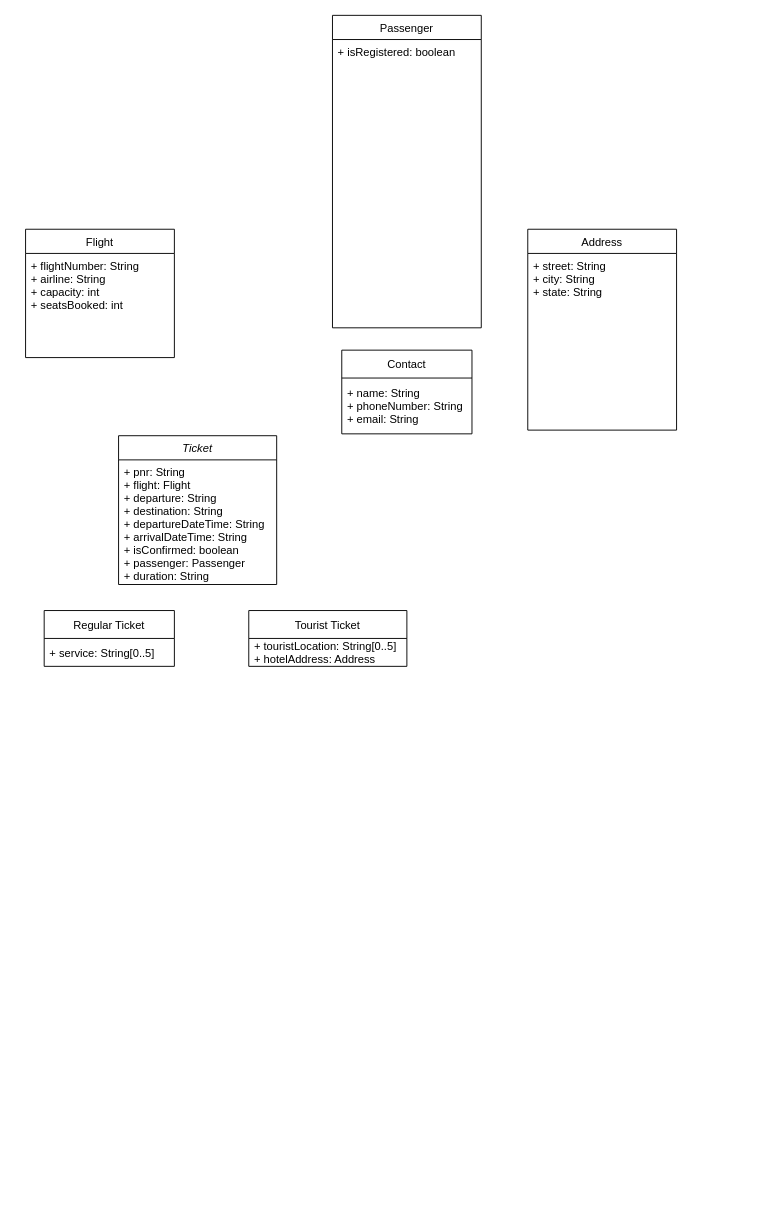
Earlier version of the draw.io diagram Flight Reservation System.drawio (sumanthrt/Flight-Reservation-System). Source tidied: cells renumbered, new cells numbered last; positions are measured from the earlier drawing's top-left corner, leaving out a move shared by most shapes. Both pictures are drawn from the tidied source at 93%, with x=0, y=0 at pixel (25, 15).
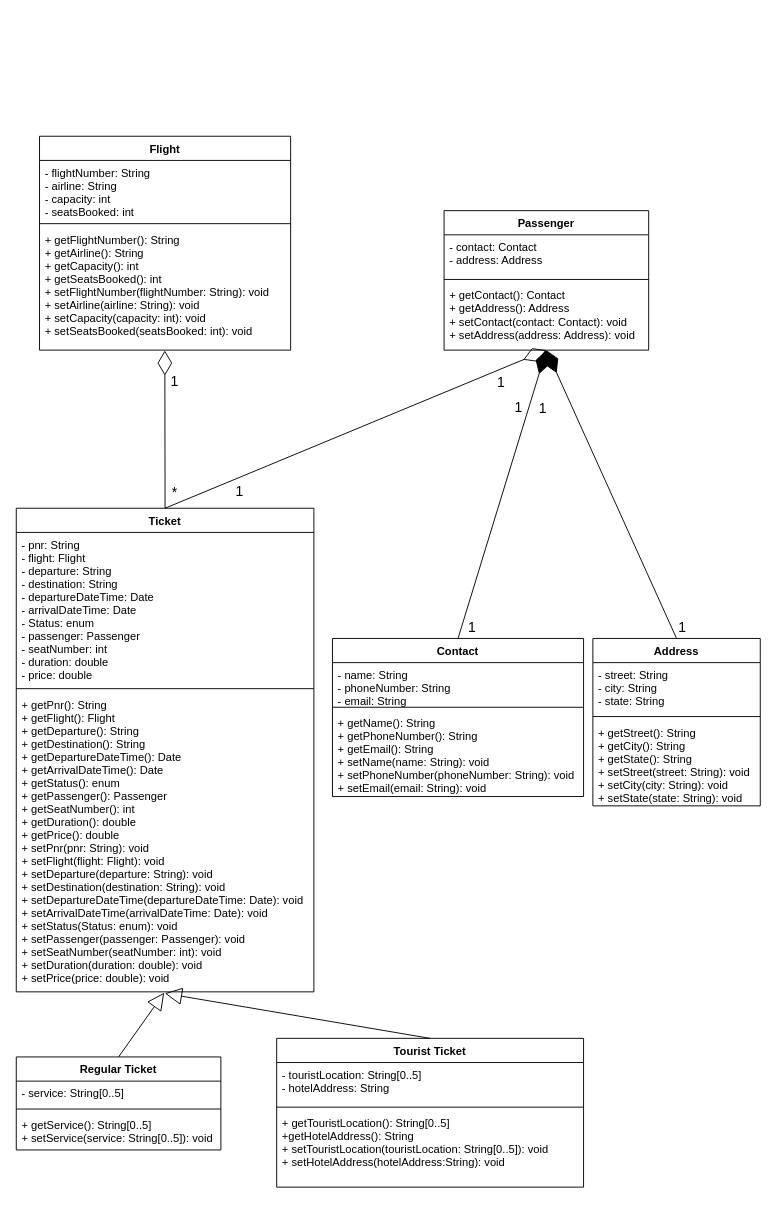
The same page after the edit.

Commit message:
Complete Class Diagram Uploaded

Change to the diagram source:
```diff
@@
+    <mxCell id="4" value="Flight" style="swimlane;fontStyle=1;align=center;verticalAlign=top;horizontal=1;startSize=26;" parent="1" vertex="1">
+      <mxGeometry x="15" y="130" width="270" height="230" as="geometry" />
+    </mxCell>
+    <mxCell id="16" value="- flightNumber: String&#10;- airline: String&#10;- capacity: int&#10;- seatsBooked: int" style="text;strokeColor=none;fillColor=none;align=left;verticalAlign=top;spacingLeft=4;spacingRight=4;overflow=hidden;" parent="4" vertex="1">
+      <mxGeometry y="26" width="270" height="64" as="geometry" />
+    </mxCell>
+    <mxCell id="17" style="line;strokeWidth=1;fillColor=none;align=left;verticalAlign=middle;spacingTop=-1;spacingLeft=3;spacingRight=3;labelPosition=right;" parent="4" vertex="1">
+      <mxGeometry y="90" width="270" height="8" as="geometry" />
+    </mxCell>
+    <mxCell id="18" value="+ getFlightNumber(): String&#10;+ getAirline(): String&#10;+ getCapacity(): int&#10;+ getSeatsBooked(): int&#10;+ setFlightNumber(flightNumber: String): void&#10;+ setAirline(airline: String): void&#10;+ setCapacity(capacity: int): void&#10;+ setSeatsBooked(seatsBooked: int): void" style="text;strokeColor=none;fillColor=none;align=left;verticalAlign=top;spacingLeft=4;spacingRight=4;overflow=hidden;points=[[0,0.5],[1,0.5]];portConstraint=eastwest;" parent="4" vertex="1">
+      <mxGeometry y="98" width="270" height="132" as="geometry" />
+    </mxCell>
+    <mxCell id="6" value="Passenger" style="swimlane;fontStyle=1;align=center;verticalAlign=top;horizontal=1;startSize=26;" parent="1" vertex="1">
+      <mxGeometry x="450" y="210" width="220" height="150" as="geometry" />
+    </mxCell>
+    <mxCell id="19" value="- contact: Contact&#10;- address: Address" style="text;strokeColor=none;fillColor=none;align=left;verticalAlign=top;spacingLeft=4;spacingRight=4;overflow=hidden;" parent="6" vertex="1">
+      <mxGeometry y="26" width="220" height="44" as="geometry" />
+    </mxCell>
+    <mxCell id="20" style="line;strokeWidth=1;fillColor=none;align=left;verticalAlign=middle;spacingTop=-1;spacingLeft=3;spacingRight=3;labelPosition=right;" parent="6" vertex="1">
+      <mxGeometry y="70" width="220" height="8" as="geometry" />
+    </mxCell>
+    <mxCell id="21" value="+ getContact(): Contact&#10;+ getAddress(): Address&#10;+ setContact(contact: Contact): void&#10;+ setAddress(address: Address): void" style="text;strokeColor=none;fillColor=none;align=left;verticalAlign=top;spacingLeft=4;spacingRight=4;overflow=hidden;" parent="6" vertex="1">
+      <mxGeometry y="78" width="220" height="72" as="geometry" />
+    </mxCell>
-    <mxCell id="2" value="Ticket" style="swimlane;fontStyle=2;align=center;verticalAlign=top;horizontal=1;startSize=26;rounded=0;shadow=0;strokeWidth=1;" parent="1" vertex="1">
-      <mxGeometry x="100" y="452" width="170" height="160" as="geometry" />
+    <mxCell id="2" value="Ticket" style="swimlane;fontStyle=1;align=center;verticalAlign=top;horizontal=1;startSize=26;" parent="1" vertex="1">
+      <mxGeometry x="-10" y="530" width="320" height="520" as="geometry" />
     </mxCell>
-    <mxCell id="3" value="+ pnr: String&#10;+ flight: Flight&#10;+ departure: String&#10;+ destination: String&#10;+ departureDateTime: String&#10;+ arrivalDateTime: String&#10;+ isConfirmed: boolean&#10;+ passenger: Passenger&#10;+ duration: String" style="text;align=left;verticalAlign=top;spacingLeft=4;spacingRight=4;overflow=hidden;" parent="2" vertex="1">
-      <mxGeometry y="26" width="170" height="134" as="geometry" />
-    </mxCell>
-    <mxCell id="4" value="Flight" style="swimlane;fontStyle=0;align=center;verticalAlign=top;horizontal=1;startSize=26;rounded=0;shadow=0;strokeWidth=1;" parent="1" vertex="1">
-      <mxGeometry y="230" width="160" height="138" as="geometry" />
-    </mxCell>
-    <mxCell id="5" value="+ flightNumber: String&#10;+ airline: String&#10;+ capacity: int&#10;+ seatsBooked: int" style="text;align=left;verticalAlign=top;spacingLeft=4;spacingRight=4;overflow=hidden;" parent="4" vertex="1">
-      <mxGeometry y="26" width="160" height="74" as="geometry" />
-    </mxCell>
-    <mxCell id="6" value="Passenger" style="swimlane;fontStyle=0;align=center;verticalAlign=top;horizontal=1;startSize=26;rounded=0;shadow=0;strokeWidth=1;" parent="1" vertex="1">
-      <mxGeometry x="330" width="160" height="336" as="geometry" />
-    </mxCell>
-    <mxCell id="7" value="+ isRegistered: boolean" style="text;align=left;verticalAlign=top;spacingLeft=4;spacingRight=4;overflow=hidden;" parent="6" vertex="1">
-      <mxGeometry y="26" width="160" height="174" as="geometry" />
-    </mxCell>
+    <mxCell id="22" value="- pnr: String&#10;- flight: Flight&#10;- departure: String&#10;- destination: String&#10;- departureDateTime: Date&#10;- arrivalDateTime: Date&#10;- Status: enum&#10;- passenger: Passenger&#10;- seatNumber: int&#10;- duration: double&#10;- price: double" style="text;strokeColor=none;fillColor=none;align=left;verticalAlign=top;spacingLeft=4;spacingRight=4;overflow=hidden;" parent="2" vertex="1">
+      <mxGeometry y="26" width="320" height="164" as="geometry" />
+    </mxCell>
+    <mxCell id="23" style="line;strokeWidth=1;fillColor=none;align=left;verticalAlign=middle;spacingTop=-1;spacingLeft=3;spacingRight=3;labelPosition=right;" parent="2" vertex="1">
+      <mxGeometry y="190" width="320" height="8" as="geometry" />
+    </mxCell>
+    <mxCell id="24" value="+ getPnr(): String&#10;+ getFlight(): Flight&#10;+ getDeparture(): String&#10;+ getDestination(): String&#10;+ getDepartureDateTime(): Date&#10;+ getArrivalDateTime(): Date&#10;+ getStatus(): enum&#10;+ getPassenger(): Passenger&#10;+ getSeatNumber(): int&#10;+ getDuration(): double&#10;+ getPrice(): double&#10;+ setPnr(pnr: String): void&#10;+ setFlight(flight: Flight): void&#10;+ setDeparture(departure: String): void&#10;+ setDestination(destination: String): void&#10;+ setDepartureDateTime(departureDateTime: Date): void&#10;+ setArrivalDateTime(arrivalDateTime: Date): void&#10;+ setStatus(Status: enum): void&#10;+ setPassenger(passenger: Passenger): void&#10;+ setSeatNumber(seatNumber: int): void&#10;+ setDuration(duration: double): void&#10;+ setPrice(price: double): void" style="text;strokeColor=none;fillColor=none;align=left;verticalAlign=top;spacingLeft=4;spacingRight=4;overflow=hidden;points=[[0,0.5],[1,0.5]];portConstraint=eastwest;" parent="2" vertex="1">
+      <mxGeometry y="198" width="320" height="322" as="geometry" />
+    </mxCell>
+    <mxCell id="12" value="Contact" style="swimlane;fontStyle=1;align=center;verticalAlign=top;horizontal=1;startSize=26;" parent="1" vertex="1">
+      <mxGeometry x="330" y="670" width="270" height="170" as="geometry" />
+    </mxCell>
+    <mxCell id="25" value="- name: String&#10;- phoneNumber: String&#10;- email: String" style="text;strokeColor=none;fillColor=none;align=left;verticalAlign=top;spacingLeft=4;spacingRight=4;overflow=hidden;" parent="12" vertex="1">
+      <mxGeometry y="26" width="270" height="44" as="geometry" />
+    </mxCell>
+    <mxCell id="26" style="line;strokeWidth=1;fillColor=none;align=left;verticalAlign=middle;spacingTop=-1;spacingLeft=3;spacingRight=3;labelPosition=right;" parent="12" vertex="1">
+      <mxGeometry y="70" width="270" height="8" as="geometry" />
+    </mxCell>
+    <mxCell id="27" value="+ getName(): String&#10;+ getPhoneNumber(): String&#10;+ getEmail(): String&#10;+ setName(name: String): void&#10;+ setPhoneNumber(phoneNumber: String): void&#10;+ setEmail(email: String): void" style="text;strokeColor=none;fillColor=none;align=left;verticalAlign=top;spacingLeft=4;spacingRight=4;overflow=hidden;" parent="12" vertex="1">
+      <mxGeometry y="78" width="270" height="92" as="geometry" />
+    </mxCell>
-    <mxCell id="8" value="Address" style="swimlane;fontStyle=0;align=center;verticalAlign=top;horizontal=1;startSize=26;rounded=0;shadow=0;strokeWidth=1;" parent="1" vertex="1">
-      <mxGeometry x="540" y="230" width="160" height="216" as="geometry" />
+    <mxCell id="8" value="Address" style="swimlane;fontStyle=1;align=center;verticalAlign=top;horizontal=1;startSize=26;" parent="1" vertex="1">
+      <mxGeometry x="610" y="670" width="180" height="180" as="geometry" />
     </mxCell>
-    <mxCell id="9" value="+ street: String&#10;+ city: String&#10;+ state: String" style="text;align=left;verticalAlign=top;spacingLeft=4;spacingRight=4;overflow=hidden;" parent="8" vertex="1">
-      <mxGeometry y="26" width="160" height="124" as="geometry" />
-    </mxCell>
+    <mxCell id="28" value="- street: String&#10;- city: String&#10;- state: String" style="text;strokeColor=none;fillColor=none;align=left;verticalAlign=top;spacingLeft=4;spacingRight=4;overflow=hidden;" parent="8" vertex="1">
+      <mxGeometry y="26" width="180" height="54" as="geometry" />
+    </mxCell>
+    <mxCell id="29" style="line;strokeWidth=1;fillColor=none;align=left;verticalAlign=middle;spacingTop=-1;spacingLeft=3;spacingRight=3;labelPosition=right;" parent="8" vertex="1">
+      <mxGeometry y="80" width="180" height="8" as="geometry" />
+    </mxCell>
+    <mxCell id="30" value="+ getStreet(): String&#10;+ getCity(): String&#10;+ getState(): String&#10;+ setStreet(street: String): void&#10;+ setCity(city: String): void&#10;+ setState(state: String): void" style="text;strokeColor=none;fillColor=none;align=left;verticalAlign=top;spacingLeft=4;spacingRight=4;overflow=hidden;" parent="8" vertex="1">
+      <mxGeometry y="88" width="180" height="92" as="geometry" />
+    </mxCell>
-    <mxCell id="10" value="Regular Ticket" style="swimlane;fontStyle=0;horizontal=1;startSize=30;" parent="1" vertex="1">
-      <mxGeometry x="20" y="640" width="140" height="60" as="geometry" />
+    <mxCell id="10" value="Regular Ticket" style="swimlane;fontStyle=1;align=center;verticalAlign=top;horizontal=1;startSize=26;" parent="1" vertex="1">
+      <mxGeometry x="-10" y="1120" width="220" height="100" as="geometry" />
     </mxCell>
-    <mxCell id="11" value="+ service: String[0..5]" style="text;strokeColor=none;fillColor=none;align=left;verticalAlign=middle;spacingLeft=4;spacingRight=4;overflow=hidden;" parent="10" vertex="1">
-      <mxGeometry y="30" width="140" height="30" as="geometry" />
-    </mxCell>
-    <mxCell id="12" value="Contact" style="swimlane;fontStyle=0;horizontal=1;startSize=30;" parent="1" vertex="1">
-      <mxGeometry x="340" y="360" width="140" height="90" as="geometry" />
-    </mxCell>
-    <mxCell id="13" value="+ name: String&#10;+ phoneNumber: String&#10;+ email: String" style="text;strokeColor=none;fillColor=none;align=left;verticalAlign=middle;spacingLeft=4;spacingRight=4;overflow=hidden;" parent="12" vertex="1">
-      <mxGeometry y="30" width="140" height="60" as="geometry" />
-    </mxCell>
+    <mxCell id="31" value="- service: String[0..5]" style="text;strokeColor=none;fillColor=none;align=left;verticalAlign=top;spacingLeft=4;spacingRight=4;overflow=hidden;" parent="10" vertex="1">
+      <mxGeometry y="26" width="220" height="26" as="geometry" />
+    </mxCell>
+    <mxCell id="32" style="line;strokeWidth=1;fillColor=none;align=left;verticalAlign=middle;spacingTop=-1;spacingLeft=3;spacingRight=3;labelPosition=right;" parent="10" vertex="1">
+      <mxGeometry y="52" width="220" height="8" as="geometry" />
+    </mxCell>
+    <mxCell id="33" value="+ getService(): String[0..5]&#10;+ setService(service: String[0..5]): void" style="text;strokeColor=none;fillColor=none;align=left;verticalAlign=top;spacingLeft=4;spacingRight=4;overflow=hidden;" parent="10" vertex="1">
+      <mxGeometry y="60" width="220" height="40" as="geometry" />
+    </mxCell>
-    <mxCell id="14" value="Tourist Ticket" style="swimlane;fontStyle=0;horizontal=1;startSize=30;" parent="1" vertex="1">
-      <mxGeometry x="240" y="640" width="170" height="60" as="geometry" />
+    <mxCell id="14" value="Tourist Ticket" style="swimlane;fontStyle=1;align=center;verticalAlign=top;horizontal=1;startSize=26;" parent="1" vertex="1">
+      <mxGeometry x="270" y="1100" width="330" height="160" as="geometry" />
     </mxCell>
-    <mxCell id="15" value="+ touristLocation: String[0..5]&#10;+ hotelAddress: Address" style="text;strokeColor=none;fillColor=none;align=left;verticalAlign=middle;spacingLeft=4;spacingRight=4;overflow=hidden;" parent="14" vertex="1">
-      <mxGeometry y="30" width="170" height="30" as="geometry" />
-    </mxCell>
+    <mxCell id="34" value="- touristLocation: String[0..5]&#10;- hotelAddress: String" style="text;strokeColor=none;fillColor=none;align=left;verticalAlign=top;spacingLeft=4;spacingRight=4;overflow=hidden;" parent="14" vertex="1">
+      <mxGeometry y="26" width="330" height="44" as="geometry" />
+    </mxCell>
+    <mxCell id="35" style="line;strokeWidth=1;fillColor=none;align=left;verticalAlign=middle;spacingTop=-1;spacingLeft=3;spacingRight=3;labelPosition=right;" parent="14" vertex="1">
+      <mxGeometry y="70" width="330" height="8" as="geometry" />
+    </mxCell>
+    <mxCell id="36" value="+ getTouristLocation(): String[0..5]&#10;+getHotelAddress(): String&#10;+ setTouristLocation(touristLocation: String[0..5]): void&#10;+ setHotelAddress(hotelAddress:String): void " style="text;strokeColor=none;fillColor=none;align=left;verticalAlign=top;spacingLeft=4;spacingRight=4;overflow=hidden;" parent="14" vertex="1">
+      <mxGeometry y="78" width="330" height="82" as="geometry" />
+    </mxCell>
+    <mxCell id="37" style="endArrow=block;endSize=16;endFill=0;html=1;rounded=0;entryX=0.497;entryY=1.003;entryDx=0;entryDy=0;entryPerimeter=0;exitX=0.5;exitY=0;exitDx=0;exitDy=0;" parent="1" edge="1" source="10" target="24">
+      <mxGeometry relative="1" as="geometry" />
+    </mxCell>
+    <mxCell id="38" style="endArrow=block;endSize=16;endFill=0;html=1;rounded=0;exitX=0.5;exitY=0;exitDx=0;exitDy=0;entryX=0.499;entryY=1.005;entryDx=0;entryDy=0;entryPerimeter=0;" parent="1" edge="1" source="14" target="24">
+      <mxGeometry relative="1" as="geometry" />
+    </mxCell>
+    <mxCell id="39" style="endArrow=diamondThin;endFill=0;endSize=24;html=1;rounded=0;exitX=0.5;exitY=0;exitDx=0;exitDy=0;entryX=0.499;entryY=1.003;entryDx=0;entryDy=0;entryPerimeter=0;" parent="1" edge="1" source="2" target="18">
+      <mxGeometry relative="1" as="geometry" />
+    </mxCell>
+    <mxCell id="40" value="1" style="edgeLabel;html=1;align=center;verticalAlign=middle;fontSize=15;" parent="39" vertex="1">
+      <mxGeometry x="0.62" y="-1" relative="1" as="geometry">
+        <mxPoint x="9" as="offset" />
+      </mxGeometry>
+    </mxCell>
+    <mxCell id="41" value="*" style="edgeLabel;html=1;align=center;verticalAlign=middle;fontSize=15;" parent="39" vertex="1">
+      <mxGeometry x="-0.89" relative="1" as="geometry">
+        <mxPoint x="10" y="-10" as="offset" />
+      </mxGeometry>
+    </mxCell>
+    <mxCell id="42" style="endArrow=diamondThin;endFill=0;endSize=24;html=1;rounded=0;exitX=0.5;exitY=0;exitDx=0;exitDy=0;entryX=0.5;entryY=1;entryDx=0;entryDy=0;" parent="1" edge="1" source="2" target="6">
+      <mxGeometry relative="1" as="geometry" />
+    </mxCell>
+    <mxCell id="43" value="1" style="edgeLabel;html=1;align=center;verticalAlign=middle;fontSize=15;" parent="42" vertex="1">
+      <mxGeometry x="0.62" y="-1" relative="1" as="geometry">
+        <mxPoint x="28" as="offset" />
+      </mxGeometry>
+    </mxCell>
+    <mxCell id="44" value="1" style="edgeLabel;html=1;align=center;verticalAlign=middle;fontSize=15;" parent="42" vertex="1">
+      <mxGeometry x="-0.89" relative="1" as="geometry">
+        <mxPoint x="57" y="-10" as="offset" />
+      </mxGeometry>
+    </mxCell>
+    <mxCell id="45" style="endArrow=diamondThin;endFill=1;endSize=24;html=1;rounded=0;fontSize=15;exitX=0.5;exitY=0;exitDx=0;exitDy=0;" parent="1" edge="1" source="12">
+      <mxGeometry relative="1" as="geometry">
+        <mxPoint x="560" y="360" as="targetPoint" />
+      </mxGeometry>
+    </mxCell>
+    <mxCell id="46" value="1" style="edgeLabel;html=1;align=center;verticalAlign=middle;fontSize=15;" parent="45" vertex="1">
+      <mxGeometry x="-0.92" relative="1" as="geometry">
+        <mxPoint x="11" as="offset" />
+      </mxGeometry>
+    </mxCell>
+    <mxCell id="47" value="1" style="edgeLabel;html=1;align=center;verticalAlign=middle;fontSize=15;" parent="45" vertex="1">
+      <mxGeometry x="0.78" y="1" relative="1" as="geometry">
+        <mxPoint x="-19" y="27" as="offset" />
+      </mxGeometry>
+    </mxCell>
+    <mxCell id="48" style="endArrow=diamondThin;endFill=1;endSize=24;html=1;rounded=0;fontSize=15;exitX=0.5;exitY=0;exitDx=0;exitDy=0;" parent="1" edge="1" source="8">
+      <mxGeometry relative="1" as="geometry">
+        <mxPoint x="560" y="360" as="targetPoint" />
+      </mxGeometry>
+    </mxCell>
+    <mxCell id="49" value="1" style="edgeLabel;html=1;align=center;verticalAlign=middle;fontSize=15;" parent="48" vertex="1">
+      <mxGeometry x="-0.92" relative="1" as="geometry">
+        <mxPoint x="11" as="offset" />
+      </mxGeometry>
+    </mxCell>
+    <mxCell id="50" value="1" style="edgeLabel;html=1;align=center;verticalAlign=middle;fontSize=15;" parent="48" vertex="1">
+      <mxGeometry x="0.78" y="1" relative="1" as="geometry">
+        <mxPoint x="-19" y="27" as="offset" />
+      </mxGeometry>
+    </mxCell>
```
